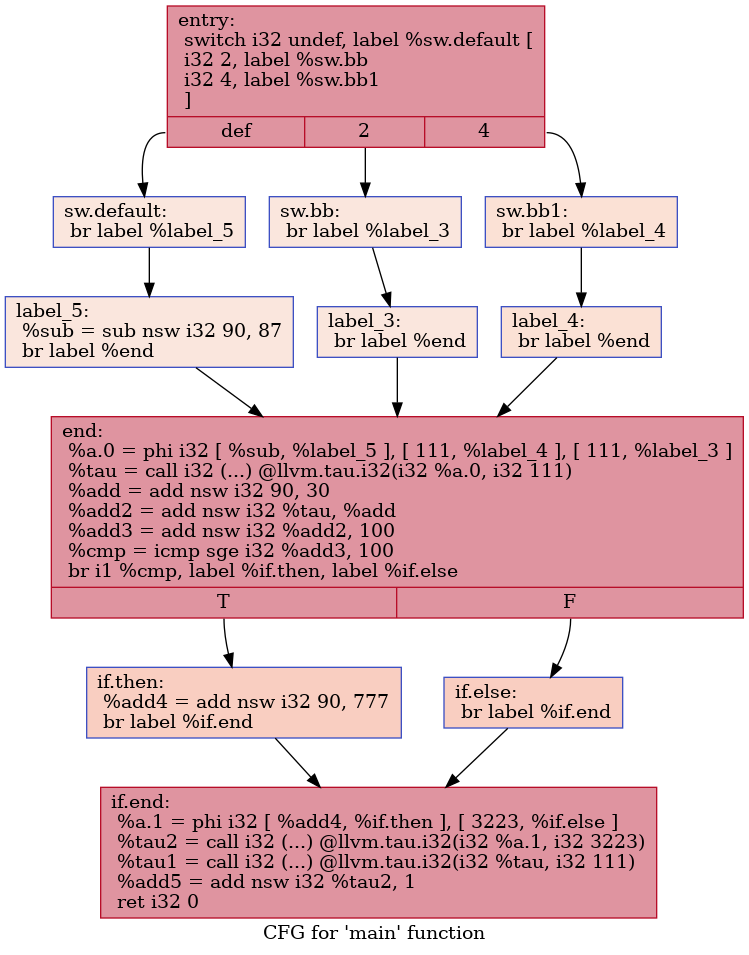
This is IR/cfg/withHPSSA.dot.png from HPSSA-LLVM/HPSSA-LLVM, a Graphviz export, as it was before one commit. Its source is kept beside it as IR/cfg/withHPSSA.dot.
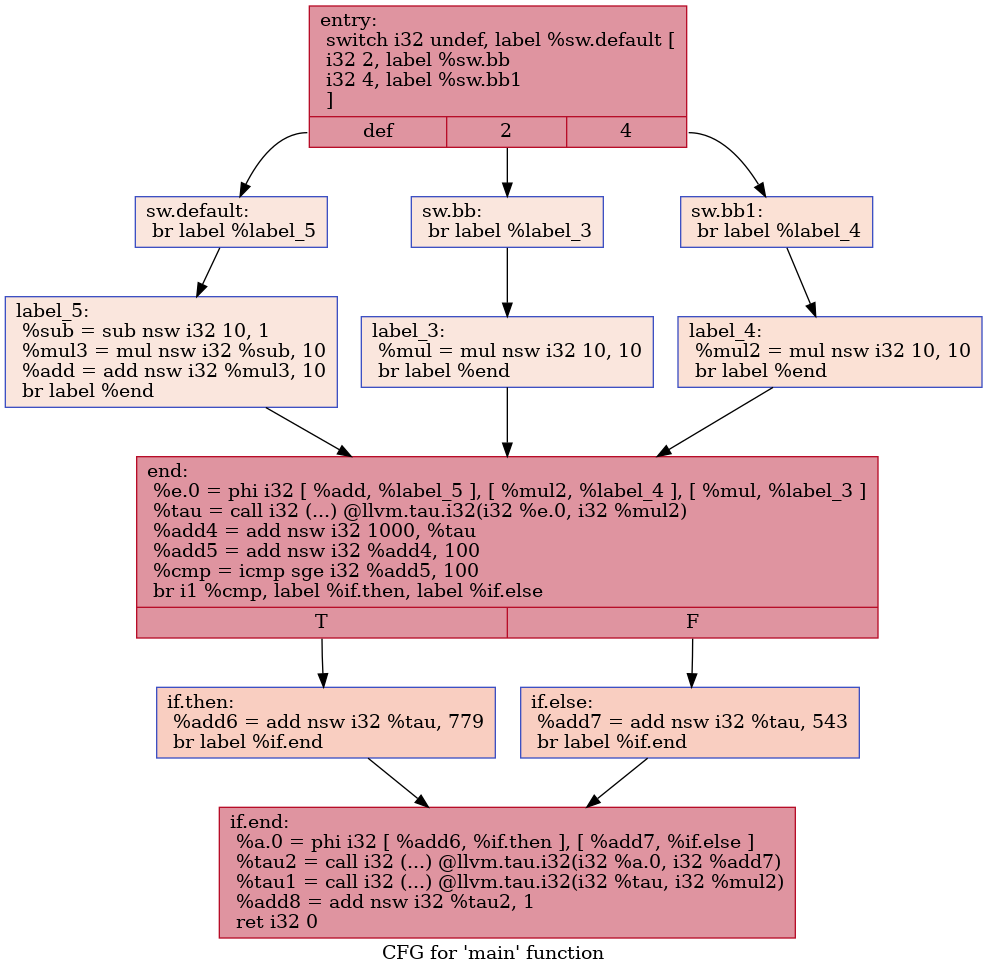
The same file after the commit.

Diff of the diagram source:
```diff
@@ -1,28 +1,28 @@
 digraph "CFG for 'main' function" {
 	label="CFG for 'main' function";
 
-	Node0x55fbd75d2940 [shape=record,color="#b70d28ff", style=filled, fillcolor="#b70d2870",label="{entry:\l  switch i32 undef, label %sw.default [\l    i32 2, label %sw.bb\l    i32 4, label %sw.bb1\l  ]\l|{<s0>def|<s1>2|<s2>4}}"];
-	Node0x55fbd75d2940:s0 -> Node0x55fbd75d2ea0;
-	Node0x55fbd75d2940:s1 -> Node0x55fbd75d2f20;
-	Node0x55fbd75d2940:s2 -> Node0x55fbd75d2fc0;
-	Node0x55fbd75d2f20 [shape=record,color="#3d50c3ff", style=filled, fillcolor="#f3c7b170",label="{sw.bb:                                            \l  br label %label_3\l}"];
-	Node0x55fbd75d2f20 -> Node0x55fbd75d3150;
-	Node0x55fbd75d2fc0 [shape=record,color="#3d50c3ff", style=filled, fillcolor="#f7bca170",label="{sw.bb1:                                           \l  br label %label_4\l}"];
-	Node0x55fbd75d2fc0 -> Node0x55fbd75d3230;
-	Node0x55fbd75d2ea0 [shape=record,color="#3d50c3ff", style=filled, fillcolor="#f3c7b170",label="{sw.default:                                       \l  br label %label_5\l}"];
-	Node0x55fbd75d2ea0 -> Node0x55fbd75d3310;
-	Node0x55fbd75d3150 [shape=record,color="#3d50c3ff", style=filled, fillcolor="#f3c7b170",label="{label_3:                                          \l  br label %end\l}"];
-	Node0x55fbd75d3150 -> Node0x55fbd75d33f0;
-	Node0x55fbd75d3230 [shape=record,color="#3d50c3ff", style=filled, fillcolor="#f7bca170",label="{label_4:                                          \l  br label %end\l}"];
-	Node0x55fbd75d3230 -> Node0x55fbd75d33f0;
-	Node0x55fbd75d3310 [shape=record,color="#3d50c3ff", style=filled, fillcolor="#f3c7b170",label="{label_5:                                          \l  %sub = sub nsw i32 90, 87\l  br label %end\l}"];
-	Node0x55fbd75d3310 -> Node0x55fbd75d33f0;
-	Node0x55fbd75d33f0 [shape=record,color="#b70d28ff", style=filled, fillcolor="#b70d2870",label="{end:                                              \l  %a.0 = phi i32 [ %sub, %label_5 ], [ 111, %label_4 ], [ 111, %label_3 ]\l  %tau = call i32 (...) @llvm.tau.i32(i32 %a.0, i32 111)\l  %add = add nsw i32 90, 30\l  %add2 = add nsw i32 %tau, %add\l  %add3 = add nsw i32 %add2, 100\l  %cmp = icmp sge i32 %add3, 100\l  br i1 %cmp, label %if.then, label %if.else\l|{<s0>T|<s1>F}}"];
-	Node0x55fbd75d33f0:s0 -> Node0x55fbd75d3e90;
-	Node0x55fbd75d33f0:s1 -> Node0x55fbd75d3f00;
-	Node0x55fbd75d3e90 [shape=record,color="#3d50c3ff", style=filled, fillcolor="#f2907270",label="{if.then:                                          \l  %add4 = add nsw i32 90, 777\l  br label %if.end\l}"];
-	Node0x55fbd75d3e90 -> Node0x55fbd75d4100;
-	Node0x55fbd75d3f00 [shape=record,color="#3d50c3ff", style=filled, fillcolor="#f2907270",label="{if.else:                                          \l  br label %if.end\l}"];
-	Node0x55fbd75d3f00 -> Node0x55fbd75d4100;
-	Node0x55fbd75d4100 [shape=record,color="#b70d28ff", style=filled, fillcolor="#b70d2870",label="{if.end:                                           \l  %a.1 = phi i32 [ %add4, %if.then ], [ 3223, %if.else ]\l  %tau2 = call i32 (...) @llvm.tau.i32(i32 %a.1, i32 3223)\l  %tau1 = call i32 (...) @llvm.tau.i32(i32 %tau, i32 111)\l  %add5 = add nsw i32 %tau2, 1\l  ret i32 0\l}"];
+	Node0x55b3ff3349d0 [shape=record,color="#b70d28ff", style=filled, fillcolor="#b70d2870",label="{entry:\l  switch i32 undef, label %sw.default [\l    i32 2, label %sw.bb\l    i32 4, label %sw.bb1\l  ]\l|{<s0>def|<s1>2|<s2>4}}"];
+	Node0x55b3ff3349d0:s0 -> Node0x55b3ff334f30;
+	Node0x55b3ff3349d0:s1 -> Node0x55b3ff334fb0;
+	Node0x55b3ff3349d0:s2 -> Node0x55b3ff335050;
+	Node0x55b3ff334fb0 [shape=record,color="#3d50c3ff", style=filled, fillcolor="#f3c7b170",label="{sw.bb:                                            \l  br label %label_3\l}"];
+	Node0x55b3ff334fb0 -> Node0x55b3ff3351e0;
+	Node0x55b3ff335050 [shape=record,color="#3d50c3ff", style=filled, fillcolor="#f7bca170",label="{sw.bb1:                                           \l  br label %label_4\l}"];
+	Node0x55b3ff335050 -> Node0x55b3ff3352c0;
+	Node0x55b3ff334f30 [shape=record,color="#3d50c3ff", style=filled, fillcolor="#f3c7b170",label="{sw.default:                                       \l  br label %label_5\l}"];
+	Node0x55b3ff334f30 -> Node0x55b3ff3353a0;
+	Node0x55b3ff3351e0 [shape=record,color="#3d50c3ff", style=filled, fillcolor="#f3c7b170",label="{label_3:                                          \l  %mul = mul nsw i32 10, 10\l  br label %end\l}"];
+	Node0x55b3ff3351e0 -> Node0x55b3ff335560;
+	Node0x55b3ff3352c0 [shape=record,color="#3d50c3ff", style=filled, fillcolor="#f7bca170",label="{label_4:                                          \l  %mul2 = mul nsw i32 10, 10\l  br label %end\l}"];
+	Node0x55b3ff3352c0 -> Node0x55b3ff335560;
+	Node0x55b3ff3353a0 [shape=record,color="#3d50c3ff", style=filled, fillcolor="#f3c7b170",label="{label_5:                                          \l  %sub = sub nsw i32 10, 1\l  %mul3 = mul nsw i32 %sub, 10\l  %add = add nsw i32 %mul3, 10\l  br label %end\l}"];
+	Node0x55b3ff3353a0 -> Node0x55b3ff335560;
+	Node0x55b3ff335560 [shape=record,color="#b70d28ff", style=filled, fillcolor="#b70d2870",label="{end:                                              \l  %e.0 = phi i32 [ %add, %label_5 ], [ %mul2, %label_4 ], [ %mul, %label_3 ]\l  %tau = call i32 (...) @llvm.tau.i32(i32 %e.0, i32 %mul2)\l  %add4 = add nsw i32 1000, %tau\l  %add5 = add nsw i32 %add4, 100\l  %cmp = icmp sge i32 %add5, 100\l  br i1 %cmp, label %if.then, label %if.else\l|{<s0>T|<s1>F}}"];
+	Node0x55b3ff335560:s0 -> Node0x55b3ff336100;
+	Node0x55b3ff335560:s1 -> Node0x55b3ff336170;
+	Node0x55b3ff336100 [shape=record,color="#3d50c3ff", style=filled, fillcolor="#f2907270",label="{if.then:                                          \l  %add6 = add nsw i32 %tau, 779\l  br label %if.end\l}"];
+	Node0x55b3ff336100 -> Node0x55b3ff336370;
+	Node0x55b3ff336170 [shape=record,color="#3d50c3ff", style=filled, fillcolor="#f2907270",label="{if.else:                                          \l  %add7 = add nsw i32 %tau, 543\l  br label %if.end\l}"];
+	Node0x55b3ff336170 -> Node0x55b3ff336370;
+	Node0x55b3ff336370 [shape=record,color="#b70d28ff", style=filled, fillcolor="#b70d2870",label="{if.end:                                           \l  %a.0 = phi i32 [ %add6, %if.then ], [ %add7, %if.else ]\l  %tau2 = call i32 (...) @llvm.tau.i32(i32 %a.0, i32 %add7)\l  %tau1 = call i32 (...) @llvm.tau.i32(i32 %tau, i32 %mul2)\l  %add8 = add nsw i32 %tau2, 1\l  ret i32 0\l}"];
 }
```
